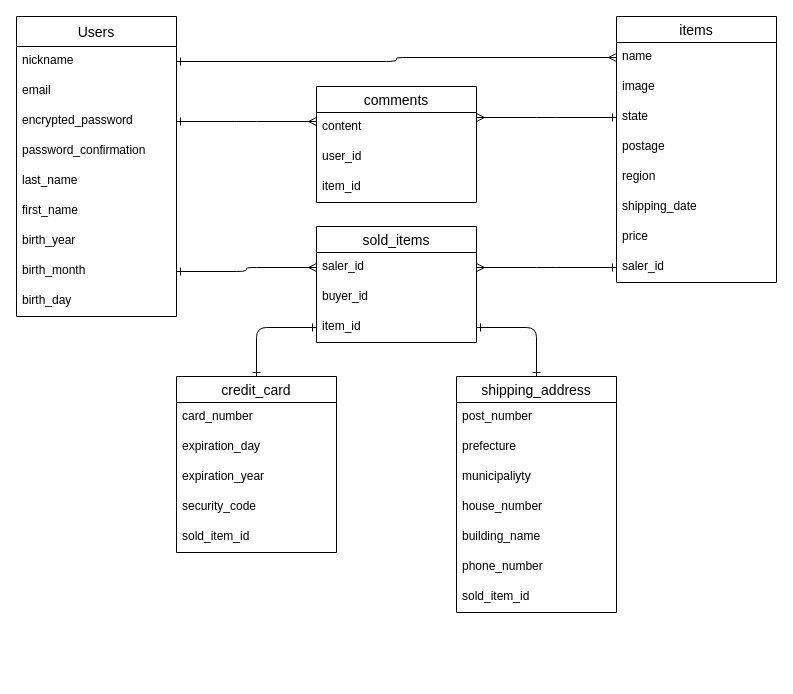
Above: datebase.dio in Ta-ho113/furima-37211 (draw.io), before the change. Source tidied: cells renumbered, new cells numbered last; positions are measured from the earlier drawing's top-left corner, leaving out a move shared by most shapes. Both pictures are drawn from the tidied source at 100%, with x=0, y=0 at pixel (16, 16).
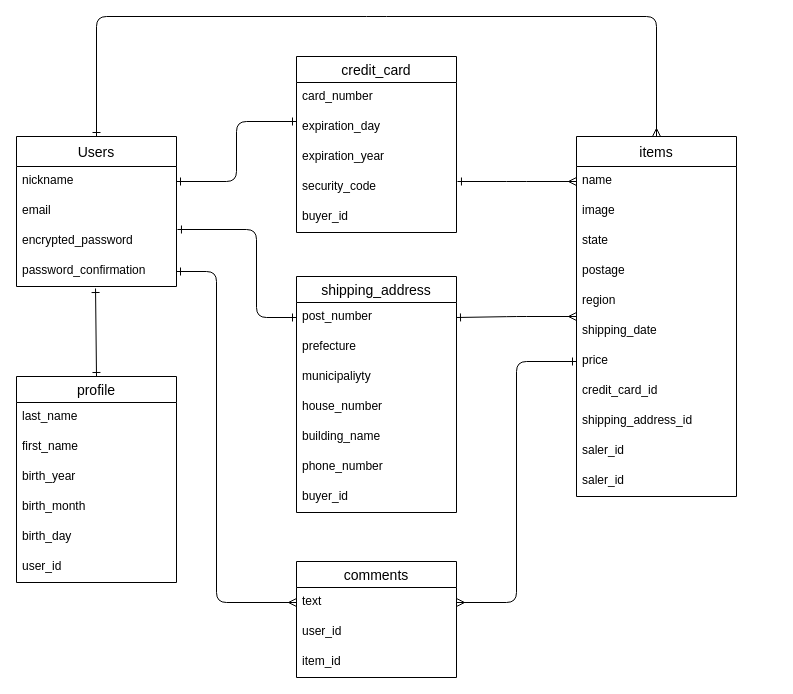
Above is the later version.

Commit message:
ER図作成　修正2

Unchanged cells that the change refers to:
```xml
<mxCell id="3" value="nickname" style="text;strokeColor=none;fillColor=none;spacingLeft=4;spacingRight=4;overflow=hidden;points=[[0,0.5],[1,0.5]];portConstraint=eastwest;fontSize=12;" parent="2" vertex="1">
  <mxGeometry y="30" width="160" height="30" as="geometry" />
</mxCell>
<mxCell id="4" value="email" style="text;strokeColor=none;fillColor=none;spacingLeft=4;spacingRight=4;overflow=hidden;points=[[0,0.5],[1,0.5]];portConstraint=eastwest;fontSize=12;" parent="2" vertex="1">
  <mxGeometry y="60" width="160" height="30" as="geometry" />
</mxCell>
<mxCell id="5" value="encrypted_password" style="text;strokeColor=none;fillColor=none;spacingLeft=4;spacingRight=4;overflow=hidden;points=[[0,0.5],[1,0.5]];portConstraint=eastwest;fontSize=12;" parent="2" vertex="1">
  <mxGeometry y="90" width="160" height="30" as="geometry" />
</mxCell>
<mxCell id="6" value="password_confirmation" style="text;strokeColor=none;fillColor=none;spacingLeft=4;spacingRight=4;overflow=hidden;points=[[0,0.5],[1,0.5]];portConstraint=eastwest;fontSize=12;" parent="2" vertex="1">
  <mxGeometry y="120" width="160" height="30" as="geometry" />
</mxCell>
<mxCell id="38" value="security_code" style="text;strokeColor=none;fillColor=none;spacingLeft=4;spacingRight=4;overflow=hidden;points=[[0,0.5],[1,0.5]];portConstraint=eastwest;fontSize=12;" parent="34" vertex="1">
  <mxGeometry y="116" width="160" height="30" as="geometry" />
</mxCell>
<mxCell id="41" value="post_number" style="text;strokeColor=none;fillColor=none;spacingLeft=4;spacingRight=4;overflow=hidden;points=[[0,0.5],[1,0.5]];portConstraint=eastwest;fontSize=12;" parent="40" vertex="1">
  <mxGeometry y="26" width="160" height="30" as="geometry" />
</mxCell>
```

Diff of the diagram source:
```diff
@@
     <mxCell id="2" value="Users" style="swimlane;fontStyle=0;horizontal=1;startSize=30;align=center;fontSize=14;" parent="1" vertex="1">
-      <mxGeometry width="160" height="300" as="geometry" />
+      <mxGeometry y="120" width="160" height="150" as="geometry" />
     </mxCell>
@@
-    <mxCell id="7" value="last_name" style="text;strokeColor=none;fillColor=none;spacingLeft=4;spacingRight=4;overflow=hidden;fontSize=12;" parent="2" vertex="1">
-      <mxGeometry y="150" width="160" height="30" as="geometry" />
-    </mxCell>
-    <mxCell id="8" value="first_name" style="text;strokeColor=none;fillColor=none;spacingLeft=4;spacingRight=4;overflow=hidden;fontSize=12;" parent="2" vertex="1">
-      <mxGeometry y="180" width="160" height="30" as="geometry" />
-    </mxCell>
-    <mxCell id="9" value="birth_year" style="text;strokeColor=none;fillColor=none;spacingLeft=4;spacingRight=4;overflow=hidden;fontSize=12;" parent="2" vertex="1">
-      <mxGeometry y="210" width="160" height="30" as="geometry" />
-    </mxCell>
-    <mxCell id="10" value="birth_month" style="text;strokeColor=none;fillColor=none;spacingLeft=4;spacingRight=4;overflow=hidden;points=[[0,0.5],[1,0.5]];portConstraint=eastwest;fontSize=12;" parent="2" vertex="1">
-      <mxGeometry y="240" width="160" height="30" as="geometry" />
-    </mxCell>
-    <mxCell id="11" value="birth_day" style="text;strokeColor=none;fillColor=none;spacingLeft=4;spacingRight=4;overflow=hidden;fontSize=12;" parent="2" vertex="1">
-      <mxGeometry y="270" width="160" height="30" as="geometry" />
-    </mxCell>
-    <mxCell id="12" value="items" style="swimlane;fontStyle=0;horizontal=1;startSize=26;align=center;fontSize=14;" parent="1" vertex="1">
-      <mxGeometry x="600" width="160" height="266" as="geometry" />
+    <mxCell id="12" value="items" style="swimlane;fontStyle=0;horizontal=1;startSize=30;align=center;fontSize=14;" parent="1" vertex="1">
+      <mxGeometry x="560" y="120" width="160" height="360" as="geometry" />
     </mxCell>
     <mxCell id="13" value="name" style="text;strokeColor=none;fillColor=none;spacingLeft=4;spacingRight=4;overflow=hidden;points=[[0,0.5],[1,0.5]];portConstraint=eastwest;fontSize=12;" parent="12" vertex="1">
-      <mxGeometry y="26" width="160" height="30" as="geometry" />
+      <mxGeometry y="30" width="160" height="30" as="geometry" />
     </mxCell>
     <mxCell id="14" value="image" style="text;strokeColor=none;fillColor=none;spacingLeft=4;spacingRight=4;overflow=hidden;fontSize=12;" parent="12" vertex="1">
-      <mxGeometry y="56" width="160" height="30" as="geometry" />
+      <mxGeometry y="60" width="160" height="30" as="geometry" />
     </mxCell>
     <mxCell id="15" value="state" style="text;strokeColor=none;fillColor=none;spacingLeft=4;spacingRight=4;overflow=hidden;points=[[0,0.5],[1,0.5]];portConstraint=eastwest;fontSize=12;" parent="12" vertex="1">
-      <mxGeometry y="86" width="160" height="30" as="geometry" />
+      <mxGeometry y="90" width="160" height="30" as="geometry" />
     </mxCell>
     <mxCell id="16" value="postage" style="text;strokeColor=none;fillColor=none;spacingLeft=4;spacingRight=4;overflow=hidden;fontSize=12;" parent="12" vertex="1">
-      <mxGeometry y="116" width="160" height="30" as="geometry" />
+      <mxGeometry y="120" width="160" height="30" as="geometry" />
     </mxCell>
     <mxCell id="17" value="region" style="text;strokeColor=none;fillColor=none;spacingLeft=4;spacingRight=4;overflow=hidden;fontSize=12;" parent="12" vertex="1">
-      <mxGeometry y="146" width="160" height="30" as="geometry" />
+      <mxGeometry y="150" width="160" height="30" as="geometry" />
     </mxCell>
     <mxCell id="18" value="shipping_date" style="text;strokeColor=none;fillColor=none;spacingLeft=4;spacingRight=4;overflow=hidden;fontSize=12;" parent="12" vertex="1">
-      <mxGeometry y="176" width="160" height="30" as="geometry" />
+      <mxGeometry y="180" width="160" height="30" as="geometry" />
     </mxCell>
     <mxCell id="19" value="price" style="text;strokeColor=none;fillColor=none;spacingLeft=4;spacingRight=4;overflow=hidden;points=[[0,0.5],[1,0.5]];portConstraint=eastwest;fontSize=12;" parent="12" vertex="1">
-      <mxGeometry y="206" width="160" height="30" as="geometry" />
+      <mxGeometry y="210" width="160" height="30" as="geometry" />
     </mxCell>
-    <mxCell id="20" value="saler_id" style="text;strokeColor=none;fillColor=none;spacingLeft=4;spacingRight=4;overflow=hidden;points=[[0,0.5],[1,0.5]];portConstraint=eastwest;fontSize=12;" parent="12" vertex="1">
-      <mxGeometry y="236" width="160" height="30" as="geometry" />
+    <mxCell id="20" value="credit_card_id" style="text;strokeColor=none;fillColor=none;spacingLeft=4;spacingRight=4;overflow=hidden;points=[[0,0.5],[1,0.5]];portConstraint=eastwest;fontSize=12;" parent="12" vertex="1">
+      <mxGeometry y="240" width="160" height="30" as="geometry" />
     </mxCell>
+    <mxCell id="50" value="shipping_address_id" style="text;strokeColor=none;fillColor=none;spacingLeft=4;spacingRight=4;overflow=hidden;fontSize=12;" parent="12" vertex="1">
+      <mxGeometry y="270" width="160" height="30" as="geometry" />
+    </mxCell>
+    <mxCell id="51" value="saler_id" style="text;strokeColor=none;fillColor=none;spacingLeft=4;spacingRight=4;overflow=hidden;fontSize=12;" parent="12" vertex="1">
+      <mxGeometry y="300" width="160" height="30" as="geometry" />
+    </mxCell>
+    <mxCell id="52" value="saler_id" style="text;strokeColor=none;fillColor=none;spacingLeft=4;spacingRight=4;overflow=hidden;fontSize=12;" parent="12" vertex="1">
+      <mxGeometry y="330" width="160" height="30" as="geometry" />
+    </mxCell>
     <mxCell id="21" value="comments" style="swimlane;fontStyle=0;horizontal=1;startSize=26;align=center;fontSize=14;" parent="1" vertex="1">
-      <mxGeometry x="300" y="70" width="160" height="116" as="geometry" />
+      <mxGeometry x="280" y="545" width="160" height="116" as="geometry" />
     </mxCell>
-    <mxCell id="22" value="content" style="text;strokeColor=none;fillColor=none;spacingLeft=4;spacingRight=4;overflow=hidden;points=[[0,0.5],[1,0.5]];portConstraint=eastwest;fontSize=12;" parent="21" vertex="1">
+    <mxCell id="22" value="text" style="text;strokeColor=none;fillColor=none;spacingLeft=4;spacingRight=4;overflow=hidden;points=[[0,0.5],[1,0.5]];portConstraint=eastwest;fontSize=12;" parent="21" vertex="1">
       <mxGeometry y="26" width="160" height="30" as="geometry" />
     </mxCell>
@@
-    <mxCell id="25" style="edgeStyle=elbowEdgeStyle;html=1;exitX=1;exitY=0.5;exitDx=0;exitDy=0;startArrow=ERone;startFill=0;endArrow=ERmany;endFill=0;" parent="1" edge="1" source="5">
+    <mxCell id="25" style="edgeStyle=elbowEdgeStyle;html=1;startArrow=ERone;startFill=0;endArrow=ERmany;endFill=0;entryX=0;entryY=0.5;entryDx=0;entryDy=0;exitX=1;exitY=0.5;exitDx=0;exitDy=0;" parent="1" edge="1" source="6" target="22">
       <mxGeometry relative="1" as="geometry">
-        <mxPoint x="300" y="105" as="targetPoint" />
+        <Array as="points">
+          <mxPoint x="200" y="420" />
+          <mxPoint x="220" y="-40" />
+        </Array>
       </mxGeometry>
     </mxCell>
-    <mxCell id="26" style="edgeStyle=elbowEdgeStyle;html=1;exitX=0;exitY=0.5;exitDx=0;exitDy=0;startArrow=ERone;startFill=0;endArrow=ERmany;endFill=0;" parent="1" edge="1" source="15">
+    <mxCell id="26" style="edgeStyle=elbowEdgeStyle;html=1;exitX=0;exitY=0.5;exitDx=0;exitDy=0;startArrow=ERone;startFill=0;endArrow=ERmany;endFill=0;entryX=1;entryY=0.5;entryDx=0;entryDy=0;" parent="1" edge="1" source="19" target="22">
       <mxGeometry relative="1" as="geometry">
-        <mxPoint x="460" y="101" as="targetPoint" />
+        <Array as="points">
+          <mxPoint x="500" y="330" />
+          <mxPoint x="500" y="-40" />
+        </Array>
       </mxGeometry>
     </mxCell>
-    <mxCell id="27" style="edgeStyle=elbowEdgeStyle;html=1;exitX=1;exitY=0.5;exitDx=0;exitDy=0;startArrow=ERone;startFill=0;endArrow=ERmany;endFill=0;entryX=0;entryY=0.5;entryDx=0;entryDy=0;" parent="1" edge="1" source="3" target="13">
-      <mxGeometry relative="1" as="geometry" />
-    </mxCell>
-    <mxCell id="28" value="sold_items" style="swimlane;fontStyle=0;horizontal=1;startSize=26;align=center;fontSize=14;" parent="1" vertex="1">
-      <mxGeometry x="300" y="210" width="160" height="116" as="geometry" />
+    <mxCell id="28" value="profile" style="swimlane;fontStyle=0;horizontal=1;startSize=26;align=center;fontSize=14;" parent="1" vertex="1">
+      <mxGeometry y="360" width="160" height="206" as="geometry" />
     </mxCell>
-    <mxCell id="29" value="saler_id" style="text;strokeColor=none;fillColor=none;spacingLeft=4;spacingRight=4;overflow=hidden;points=[[0,0.5],[1,0.5]];portConstraint=eastwest;fontSize=12;" parent="28" vertex="1">
-      <mxGeometry y="26" width="160" height="30" as="geometry" />
-    </mxCell>
-    <mxCell id="30" value="buyer_id" style="text;strokeColor=none;fillColor=none;spacingLeft=4;spacingRight=4;overflow=hidden;fontSize=12;" parent="28" vertex="1">
-      <mxGeometry y="56" width="160" height="30" as="geometry" />
-    </mxCell>
-    <mxCell id="31" value="item_id" style="text;strokeColor=none;fillColor=none;spacingLeft=4;spacingRight=4;overflow=hidden;points=[[0,0.5],[1,0.5]];portConstraint=eastwest;fontSize=12;" parent="28" vertex="1">
-      <mxGeometry y="86" width="160" height="30" as="geometry" />
-    </mxCell>
-    <mxCell id="32" style="edgeStyle=elbowEdgeStyle;html=1;exitX=1;exitY=0.5;exitDx=0;exitDy=0;entryX=0;entryY=0.5;entryDx=0;entryDy=0;startArrow=ERone;startFill=0;endArrow=ERmany;endFill=0;" parent="1" edge="1" source="10" target="29">
-      <mxGeometry relative="1" as="geometry" />
-    </mxCell>
-    <mxCell id="33" style="edgeStyle=elbowEdgeStyle;html=1;exitX=0;exitY=0.5;exitDx=0;exitDy=0;entryX=1;entryY=0.5;entryDx=0;entryDy=0;startArrow=ERone;startFill=0;endArrow=ERmany;endFill=0;" parent="1" edge="1" source="20" target="29">
-      <mxGeometry relative="1" as="geometry" />
-    </mxCell>
+    <mxCell id="7" value="last_name" style="text;strokeColor=none;fillColor=none;spacingLeft=4;spacingRight=4;overflow=hidden;fontSize=12;" parent="28" vertex="1">
+      <mxGeometry y="26" width="160" height="30" as="geometry" />
+    </mxCell>
+    <mxCell id="8" value="first_name" style="text;strokeColor=none;fillColor=none;spacingLeft=4;spacingRight=4;overflow=hidden;fontSize=12;" parent="28" vertex="1">
+      <mxGeometry y="56" width="160" height="30" as="geometry" />
+    </mxCell>
+    <mxCell id="9" value="birth_year" style="text;strokeColor=none;fillColor=none;spacingLeft=4;spacingRight=4;overflow=hidden;fontSize=12;" parent="28" vertex="1">
+      <mxGeometry y="86" width="160" height="30" as="geometry" />
+    </mxCell>
+    <mxCell id="10" value="birth_month" style="text;strokeColor=none;fillColor=none;spacingLeft=4;spacingRight=4;overflow=hidden;points=[[0,0.5],[1,0.5]];portConstraint=eastwest;fontSize=12;" parent="28" vertex="1">
+      <mxGeometry y="116" width="160" height="30" as="geometry" />
+    </mxCell>
+    <mxCell id="11" value="birth_day" style="text;strokeColor=none;fillColor=none;spacingLeft=4;spacingRight=4;overflow=hidden;fontSize=12;" parent="28" vertex="1">
+      <mxGeometry y="146" width="160" height="30" as="geometry" />
+    </mxCell>
+    <mxCell id="53" value="user_id" style="text;strokeColor=none;fillColor=none;spacingLeft=4;spacingRight=4;overflow=hidden;fontSize=12;" parent="28" vertex="1">
+      <mxGeometry y="176" width="160" height="30" as="geometry" />
+    </mxCell>
     <mxCell id="34" value="credit_card" style="swimlane;fontStyle=0;horizontal=1;startSize=26;align=center;fontSize=14;" parent="1" vertex="1">
-      <mxGeometry x="160" y="360" width="160" height="176" as="geometry" />
+      <mxGeometry x="280" y="40" width="160" height="176" as="geometry" />
     </mxCell>
@@
-    <mxCell id="39" value="sold_item_id" style="text;strokeColor=none;fillColor=none;spacingLeft=4;spacingRight=4;overflow=hidden;fontSize=12;" parent="34" vertex="1">
-      <mxGeometry y="146" width="160" height="30" as="geometry" />
-    </mxCell>
+    <mxCell id="30" value="buyer_id" style="text;strokeColor=none;fillColor=none;spacingLeft=4;spacingRight=4;overflow=hidden;fontSize=12;" parent="34" vertex="1">
+      <mxGeometry y="146" width="160" height="30" as="geometry" />
+    </mxCell>
     <mxCell id="40" value="shipping_address" style="swimlane;fontStyle=0;horizontal=1;startSize=26;align=center;fontSize=14;" parent="1" vertex="1">
-      <mxGeometry x="440" y="360" width="160" height="236" as="geometry" />
+      <mxGeometry x="280" y="260" width="160" height="236" as="geometry" />
     </mxCell>
@@
-    <mxCell id="47" value="sold_item_id" style="text;strokeColor=none;fillColor=none;spacingLeft=4;spacingRight=4;overflow=hidden;fontSize=12;" parent="40" vertex="1">
-      <mxGeometry y="206" width="160" height="30" as="geometry" />
-    </mxCell>
-    <mxCell id="48" style="edgeStyle=elbowEdgeStyle;html=1;exitX=0;exitY=0.5;exitDx=0;exitDy=0;startArrow=ERone;startFill=0;endArrow=ERone;endFill=0;entryX=0.5;entryY=0;entryDx=0;entryDy=0;" parent="1" edge="1" source="31" target="34">
-      <mxGeometry relative="1" as="geometry">
-        <Array as="points">
-          <mxPoint x="240" y="311" />
-        </Array>
-      </mxGeometry>
-    </mxCell>
+    <mxCell id="54" value="buyer_id" style="text;strokeColor=none;fillColor=none;spacingLeft=4;spacingRight=4;overflow=hidden;fontSize=12;" parent="40" vertex="1">
+      <mxGeometry y="206" width="160" height="30" as="geometry" />
+    </mxCell>
-    <mxCell id="49" style="edgeStyle=elbowEdgeStyle;html=1;exitX=1;exitY=0.5;exitDx=0;exitDy=0;startArrow=ERone;startFill=0;endArrow=ERone;endFill=0;entryX=0.5;entryY=0;entryDx=0;entryDy=0;" parent="1" edge="1" source="31" target="40">
+    <mxCell id="49" style="edgeStyle=none;html=1;exitX=1.006;exitY=0.3;exitDx=0;exitDy=0;startArrow=ERone;startFill=0;endArrow=ERmany;endFill=0;entryX=0;entryY=0.5;entryDx=0;entryDy=0;exitPerimeter=0;" parent="1" edge="1" source="38" target="13">
       <mxGeometry relative="1" as="geometry">
         <Array as="points">
-          <mxPoint x="520" y="311" />
+          <mxPoint x="500" y="165" />
         </Array>
       </mxGeometry>
     </mxCell>
+    <mxCell id="55" style="edgeStyle=none;html=1;exitX=1;exitY=0.5;exitDx=0;exitDy=0;startArrow=ERone;startFill=0;endArrow=ERmany;endFill=0;" parent="1" edge="1" source="41">
+      <mxGeometry relative="1" as="geometry">
+        <mxPoint x="560" y="300" as="targetPoint" />
+        <Array as="points">
+          <mxPoint x="500" y="300" />
+        </Array>
+      </mxGeometry>
+    </mxCell>
+    <mxCell id="56" style="edgeStyle=none;html=1;exitX=1;exitY=0.5;exitDx=0;exitDy=0;startArrow=ERone;startFill=0;endArrow=ERone;endFill=0;" parent="1" edge="1" source="3">
+      <mxGeometry relative="1" as="geometry">
+        <mxPoint x="280" y="105" as="targetPoint" />
+        <Array as="points">
+          <mxPoint x="220" y="165" />
+          <mxPoint x="220" y="105" />
+        </Array>
+      </mxGeometry>
+    </mxCell>
+    <mxCell id="57" style="edgeStyle=none;html=1;exitX=1.006;exitY=1.1;exitDx=0;exitDy=0;startArrow=ERone;startFill=0;endArrow=ERone;endFill=0;entryX=0;entryY=0.5;entryDx=0;entryDy=0;exitPerimeter=0;" parent="1" edge="1" source="4" target="41">
+      <mxGeometry relative="1" as="geometry">
+        <Array as="points">
+          <mxPoint x="240" y="213" />
+          <mxPoint x="240" y="301" />
+        </Array>
+      </mxGeometry>
+    </mxCell>
+    <mxCell id="58" style="edgeStyle=none;html=1;exitX=0.494;exitY=1.067;exitDx=0;exitDy=0;startArrow=ERone;startFill=0;endArrow=ERone;endFill=0;exitPerimeter=0;entryX=0.5;entryY=0;entryDx=0;entryDy=0;" parent="1" edge="1" source="6" target="28">
+      <mxGeometry relative="1" as="geometry" />
+    </mxCell>
+    <mxCell id="59" style="edgeStyle=none;html=1;exitX=0.5;exitY=0;exitDx=0;exitDy=0;startArrow=ERone;startFill=0;endArrow=ERmany;endFill=0;entryX=0.5;entryY=0;entryDx=0;entryDy=0;" parent="1" edge="1" source="2" target="12">
+      <mxGeometry relative="1" as="geometry">
+        <Array as="points">
+          <mxPoint x="80" />
+          <mxPoint x="360" />
+          <mxPoint x="640" />
+        </Array>
+      </mxGeometry>
+    </mxCell>
```
